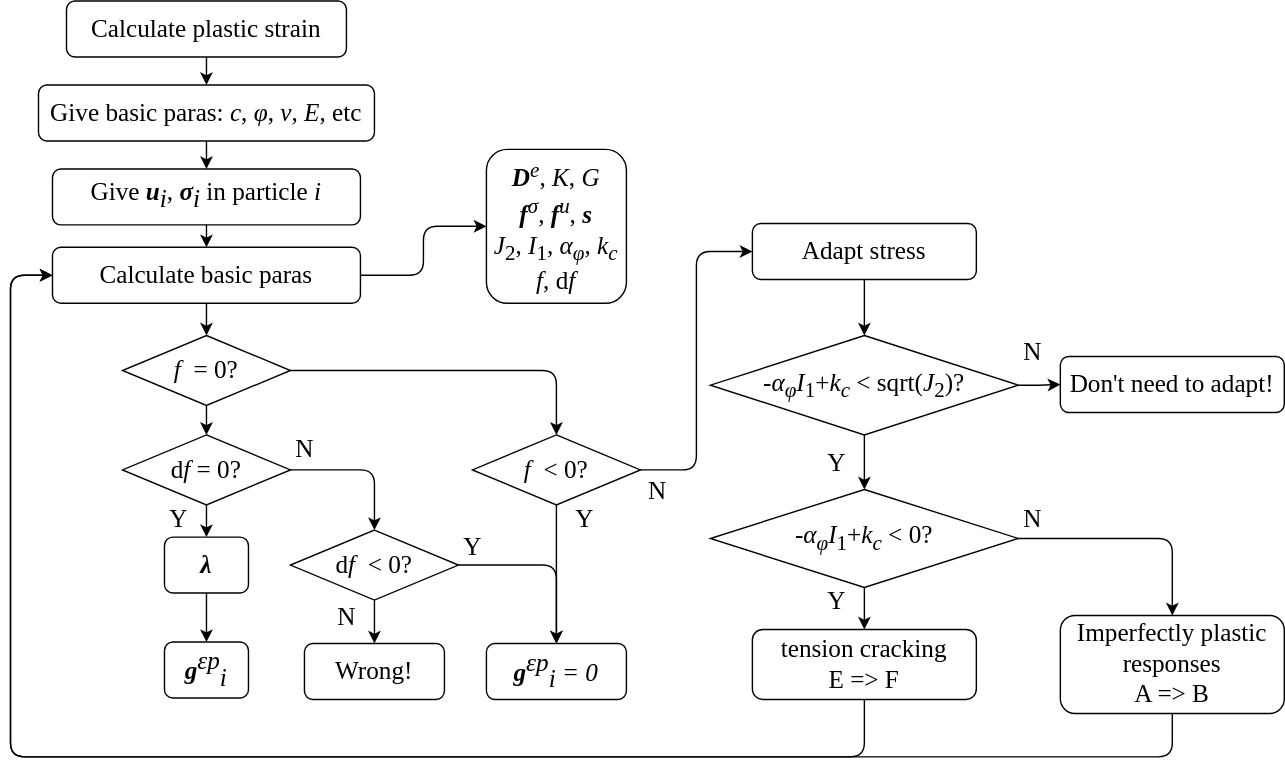
Above: temp/flowchart_item_strain.svg in Rabmelon/tiSPHi (draw.io), before the change. Source tidied: cells renumbered, new cells last; positions are measured from the earlier drawing's top-left corner, leaving out a move shared by most shapes. Source of this version:
```xml
<mxGraphModel>
  <root>
    <mxCell id="0" />
    <mxCell id="1" parent="0" />
    <mxCell id="2" style="edgeStyle=orthogonalEdgeStyle;html=1;exitX=0.5;exitY=1;exitDx=0;exitDy=0;entryX=0.5;entryY=0;entryDx=0;entryDy=0;fontFamily=Times New Roman;fontSize=18;" parent="1" edge="1" source="3" target="7">
      <mxGeometry relative="1" as="geometry" />
    </mxCell>
    <mxCell id="3" value="Calculate plastic strain" style="rounded=1;whiteSpace=wrap;html=1;fontStyle=0;fontFamily=Times New Roman;fontSize=18;" parent="1" vertex="1">
      <mxGeometry x="40" width="200" height="40" as="geometry" />
    </mxCell>
    <mxCell id="4" style="edgeStyle=orthogonalEdgeStyle;html=1;exitX=0.5;exitY=1;exitDx=0;exitDy=0;entryX=0.5;entryY=0;entryDx=0;entryDy=0;fontFamily=Times New Roman;fontSize=18;" parent="1" edge="1" source="5" target="10">
      <mxGeometry relative="1" as="geometry" />
    </mxCell>
    <mxCell id="5" value="&lt;font style=&quot;font-size: 18px&quot;&gt;Give&amp;nbsp;&lt;b&gt;&lt;i&gt;u&lt;/i&gt;&lt;/b&gt;&lt;i style=&quot;font-size: 18px&quot;&gt;&lt;sub style=&quot;font-size: 18px&quot;&gt;i&lt;/sub&gt;&lt;/i&gt;, &lt;i style=&quot;font-size: 18px&quot;&gt;&lt;b style=&quot;font-size: 18px&quot;&gt;σ&lt;/b&gt;&lt;sub style=&quot;font-size: 18px&quot;&gt;i&lt;/sub&gt;&lt;/i&gt;&amp;nbsp;in particle &lt;i style=&quot;font-size: 18px&quot;&gt;i&lt;/i&gt;&lt;/font&gt;" style="rounded=1;whiteSpace=wrap;html=1;fontStyle=0;fontFamily=Times New Roman;fontSize=18;" parent="1" vertex="1">
      <mxGeometry x="30" y="120" width="220" height="40" as="geometry" />
    </mxCell>
    <mxCell id="6" style="edgeStyle=orthogonalEdgeStyle;html=1;exitX=0.5;exitY=1;exitDx=0;exitDy=0;entryX=0.5;entryY=0;entryDx=0;entryDy=0;fontFamily=Times New Roman;fontSize=18;" parent="1" edge="1" source="7" target="5">
      <mxGeometry relative="1" as="geometry" />
    </mxCell>
    <mxCell id="7" value="&lt;font style=&quot;font-size: 18px&quot;&gt;Give basic paras: &lt;i&gt;c&lt;/i&gt;, &lt;i&gt;φ&lt;/i&gt;, &lt;i&gt;ν&lt;/i&gt;, &lt;i&gt;E&lt;/i&gt;, etc&lt;/font&gt;" style="rounded=1;whiteSpace=wrap;html=1;fontStyle=0;fontFamily=Times New Roman;fontSize=18;" parent="1" vertex="1">
      <mxGeometry x="20" y="60" width="240" height="40" as="geometry" />
    </mxCell>
    <mxCell id="8" style="edgeStyle=orthogonalEdgeStyle;html=1;exitX=0.5;exitY=1;exitDx=0;exitDy=0;entryX=0.5;entryY=0;entryDx=0;entryDy=0;fontFamily=Times New Roman;fontSize=18;" parent="1" edge="1" source="10" target="14">
      <mxGeometry relative="1" as="geometry" />
    </mxCell>
    <mxCell id="9" style="edgeStyle=orthogonalEdgeStyle;html=1;exitX=1;exitY=0.5;exitDx=0;exitDy=0;entryX=0;entryY=0.5;entryDx=0;entryDy=0;fontFamily=Times New Roman;fontSize=18;" parent="1" edge="1" source="10" target="11">
      <mxGeometry relative="1" as="geometry" />
    </mxCell>
    <mxCell id="10" value="Calculate basic paras" style="rounded=1;whiteSpace=wrap;html=1;fontStyle=0;fontFamily=Times New Roman;fontSize=18;" parent="1" vertex="1">
      <mxGeometry x="30" y="176" width="220" height="40" as="geometry" />
    </mxCell>
    <mxCell id="11" value="&lt;i&gt;&lt;b&gt;D&lt;/b&gt;&lt;sup&gt;e&lt;/sup&gt;&lt;/i&gt;, &lt;i&gt;K&lt;/i&gt;, &lt;i&gt;G&lt;br&gt;&lt;/i&gt;&lt;i style=&quot;font-weight: bold&quot;&gt;f&lt;/i&gt;&lt;i&gt;&lt;sup&gt;σ&lt;/sup&gt;&lt;/i&gt;,&amp;nbsp;&lt;i style=&quot;font-weight: bold&quot;&gt;f&lt;/i&gt;&lt;sup style=&quot;font-style: italic&quot;&gt;u&lt;/sup&gt;,&amp;nbsp;&lt;i style=&quot;font-weight: bold&quot;&gt;s&lt;/i&gt;&lt;sup style=&quot;font-style: italic&quot;&gt;&lt;br&gt;&lt;/sup&gt;&lt;i&gt;J&lt;/i&gt;&lt;sub&gt;2&lt;/sub&gt;, &lt;i&gt;I&lt;/i&gt;&lt;sub&gt;1&lt;/sub&gt;, &lt;i&gt;α&lt;sub&gt;φ&lt;/sub&gt;&lt;/i&gt;, &lt;i&gt;k&lt;sub&gt;c&lt;/sub&gt;&lt;/i&gt;&lt;br&gt;&lt;i&gt;f&lt;/i&gt;, d&lt;i&gt;f&lt;/i&gt;" style="whiteSpace=wrap;html=1;rounded=1;fontStyle=0;fontFamily=Times New Roman;fontSize=18;" parent="1" vertex="1">
      <mxGeometry x="340" y="106" width="100" height="110" as="geometry" />
    </mxCell>
    <mxCell id="12" style="edgeStyle=orthogonalEdgeStyle;html=1;exitX=1;exitY=0.5;exitDx=0;exitDy=0;entryX=0.5;entryY=0;entryDx=0;entryDy=0;fontFamily=Times New Roman;fontSize=18;" parent="1" edge="1" source="14" target="20">
      <mxGeometry relative="1" as="geometry" />
    </mxCell>
    <mxCell id="13" style="edgeStyle=orthogonalEdgeStyle;html=1;exitX=0.5;exitY=1;exitDx=0;exitDy=0;entryX=0.5;entryY=0;entryDx=0;entryDy=0;fontFamily=Times New Roman;fontSize=18;" parent="1" edge="1" source="14" target="17">
      <mxGeometry relative="1" as="geometry" />
    </mxCell>
    <mxCell id="14" value="&lt;font face=&quot;times new roman&quot;&gt;&lt;i&gt;f&lt;/i&gt;&amp;nbsp; = 0?&lt;/font&gt;" style="rhombus;whiteSpace=wrap;html=1;fontFamily=Times New Roman;fontSize=18;" parent="1" vertex="1">
      <mxGeometry x="80" y="239" width="120" height="50" as="geometry" />
    </mxCell>
    <mxCell id="15" value="Y" style="edgeStyle=orthogonalEdgeStyle;html=1;exitX=0.5;exitY=1;exitDx=0;exitDy=0;entryX=0.5;entryY=0;entryDx=0;entryDy=0;fontFamily=Times New Roman;fontSize=18;" parent="1" edge="1" source="17" target="22">
      <mxGeometry x="-0.13" y="-20" relative="1" as="geometry" />
    </mxCell>
    <mxCell id="16" value="N" style="edgeStyle=orthogonalEdgeStyle;html=1;exitX=1;exitY=0.5;exitDx=0;exitDy=0;fontFamily=Times New Roman;fontSize=18;" parent="1" edge="1" source="17" target="27">
      <mxGeometry x="-0.81" y="15" relative="1" as="geometry" />
    </mxCell>
    <mxCell id="17" value="d&lt;i&gt;f&lt;/i&gt; = 0?" style="rhombus;whiteSpace=wrap;html=1;fontFamily=Times New Roman;fontSize=18;" parent="1" vertex="1">
      <mxGeometry x="80" y="310" width="120" height="50" as="geometry" />
    </mxCell>
    <mxCell id="18" value="Y" style="edgeStyle=orthogonalEdgeStyle;html=1;exitX=0.5;exitY=1;exitDx=0;exitDy=0;entryX=0.5;entryY=0;entryDx=0;entryDy=0;fontFamily=Times New Roman;fontSize=18;" parent="1" edge="1" source="20" target="24">
      <mxGeometry x="-0.8" y="20" relative="1" as="geometry" />
    </mxCell>
    <mxCell id="19" value="N" style="edgeStyle=orthogonalEdgeStyle;html=1;exitX=1;exitY=0.5;exitDx=0;exitDy=0;entryX=0;entryY=0.5;entryDx=0;entryDy=0;fontFamily=Times New Roman;fontSize=18;" parent="1" edge="1" source="20" target="29">
      <mxGeometry x="-0.9" y="-15" relative="1" as="geometry" />
    </mxCell>
    <mxCell id="20" value="&lt;font face=&quot;times new roman&quot;&gt;&lt;i&gt;f&lt;/i&gt;&amp;nbsp; &amp;lt; 0?&lt;/font&gt;" style="rhombus;whiteSpace=wrap;html=1;fontFamily=Times New Roman;fontSize=18;" parent="1" vertex="1">
      <mxGeometry x="330" y="310" width="120" height="50" as="geometry" />
    </mxCell>
    <mxCell id="21" style="edgeStyle=orthogonalEdgeStyle;html=1;exitX=0.5;exitY=1;exitDx=0;exitDy=0;entryX=0.5;entryY=0;entryDx=0;entryDy=0;fontFamily=Times New Roman;fontSize=18;" parent="1" edge="1" source="22" target="23">
      <mxGeometry relative="1" as="geometry" />
    </mxCell>
    <mxCell id="22" value="&lt;b&gt;&lt;i&gt;λ&lt;/i&gt;&lt;/b&gt;" style="whiteSpace=wrap;html=1;rounded=1;fontStyle=0;fontFamily=Times New Roman;fontSize=18;" parent="1" vertex="1">
      <mxGeometry x="110" y="383" width="60" height="40" as="geometry" />
    </mxCell>
    <mxCell id="23" value="&lt;font style=&quot;font-size: 18px&quot;&gt;&lt;i style=&quot;font-size: 18px;&quot;&gt;&lt;b style=&quot;font-size: 18px;&quot;&gt;g&lt;/b&gt;&lt;sup style=&quot;font-size: 18px;&quot;&gt;εp&lt;/sup&gt;&lt;sub style=&quot;font-size: 18px;&quot;&gt;i&lt;/sub&gt;&lt;/i&gt;&lt;/font&gt;" style="whiteSpace=wrap;html=1;rounded=1;fontStyle=0;fontFamily=Times New Roman;fontSize=18;" parent="1" vertex="1">
      <mxGeometry x="110" y="458" width="60" height="40" as="geometry" />
    </mxCell>
    <mxCell id="24" value="&lt;font style=&quot;font-size: 18px&quot;&gt;&lt;i style=&quot;font-size: 18px&quot;&gt;&lt;b style=&quot;font-size: 18px&quot;&gt;g&lt;/b&gt;&lt;sup style=&quot;font-size: 18px&quot;&gt;εp&lt;/sup&gt;&lt;sub style=&quot;font-size: 18px&quot;&gt;i &lt;/sub&gt;&lt;span style=&quot;font-size: 18px&quot;&gt;= 0&lt;/span&gt;&lt;/i&gt;&lt;/font&gt;" style="whiteSpace=wrap;html=1;rounded=1;fontStyle=0;fontFamily=Times New Roman;fontSize=18;" parent="1" vertex="1">
      <mxGeometry x="340" y="459" width="100" height="40" as="geometry" />
    </mxCell>
    <mxCell id="25" value="Y" style="edgeStyle=orthogonalEdgeStyle;html=1;exitX=1;exitY=0.5;exitDx=0;exitDy=0;entryX=0.5;entryY=0;entryDx=0;entryDy=0;fontFamily=Times New Roman;fontSize=18;" parent="1" edge="1" source="27" target="24">
      <mxGeometry x="-0.84" y="13" relative="1" as="geometry" />
    </mxCell>
    <mxCell id="26" value="N" style="edgeStyle=orthogonalEdgeStyle;html=1;exitX=0.5;exitY=1;exitDx=0;exitDy=0;entryX=0.5;entryY=0;entryDx=0;entryDy=0;fontFamily=Times New Roman;fontSize=18;" parent="1" edge="1" source="27" target="30">
      <mxGeometry x="-0.23" y="-20" relative="1" as="geometry" />
    </mxCell>
    <mxCell id="27" value="&lt;font face=&quot;times new roman&quot;&gt;d&lt;i&gt;f&lt;/i&gt;&amp;nbsp; &amp;lt; 0?&lt;/font&gt;" style="rhombus;whiteSpace=wrap;html=1;fontFamily=Times New Roman;fontSize=18;" parent="1" vertex="1">
      <mxGeometry x="200" y="378" width="120" height="50" as="geometry" />
    </mxCell>
    <mxCell id="28" style="edgeStyle=orthogonalEdgeStyle;html=1;exitX=0.5;exitY=1;exitDx=0;exitDy=0;entryX=0.5;entryY=0;entryDx=0;entryDy=0;fontFamily=Times New Roman;fontSize=18;" parent="1" edge="1" source="29" target="33">
      <mxGeometry relative="1" as="geometry" />
    </mxCell>
    <mxCell id="29" value="Adapt stress" style="whiteSpace=wrap;html=1;rounded=1;fontStyle=0;fontFamily=Times New Roman;fontSize=18;" parent="1" vertex="1">
      <mxGeometry x="530" y="159" width="160" height="40" as="geometry" />
    </mxCell>
    <mxCell id="30" value="Wrong!" style="whiteSpace=wrap;html=1;rounded=1;fontStyle=0;fontFamily=Times New Roman;fontSize=18;" parent="1" vertex="1">
      <mxGeometry x="210" y="459" width="100" height="40" as="geometry" />
    </mxCell>
    <mxCell id="31" value="Y" style="edgeStyle=orthogonalEdgeStyle;html=1;exitX=0.5;exitY=1;exitDx=0;exitDy=0;entryX=0.5;entryY=0;entryDx=0;entryDy=0;fontFamily=Times New Roman;fontSize=18;" parent="1" edge="1" source="33" target="36">
      <mxGeometry y="-20" relative="1" as="geometry" />
    </mxCell>
    <mxCell id="32" value="N" style="edgeStyle=orthogonalEdgeStyle;html=1;exitX=1;exitY=0.5;exitDx=0;exitDy=0;entryX=0;entryY=0.5;entryDx=0;entryDy=0;fontFamily=Times New Roman;fontSize=18;" parent="1" edge="1" source="33" target="37">
      <mxGeometry x="-0.34" y="25" relative="1" as="geometry">
        <mxPoint y="1" as="offset" />
      </mxGeometry>
    </mxCell>
    <mxCell id="33" value="&lt;font face=&quot;times new roman&quot;&gt;-&lt;i&gt;α&lt;/i&gt;&lt;sub style=&quot;font-style: italic&quot;&gt;φ&lt;/sub&gt;&lt;i&gt;I&lt;/i&gt;&lt;sub&gt;1&lt;/sub&gt;+&lt;i&gt;k&lt;/i&gt;&lt;sub style=&quot;font-style: italic&quot;&gt;c&lt;/sub&gt; &amp;lt; sqrt(&lt;i&gt;J&lt;/i&gt;&lt;sub&gt;2&lt;/sub&gt;)?&lt;/font&gt;" style="rhombus;whiteSpace=wrap;html=1;fontFamily=Times New Roman;fontSize=18;" parent="1" vertex="1">
      <mxGeometry x="500" y="239" width="220" height="71" as="geometry" />
    </mxCell>
    <mxCell id="34" value="N" style="edgeStyle=orthogonalEdgeStyle;html=1;exitX=1;exitY=0.5;exitDx=0;exitDy=0;entryX=0.5;entryY=0;entryDx=0;entryDy=0;fontFamily=Times New Roman;fontSize=18;" parent="1" edge="1" source="36" target="41">
      <mxGeometry x="-0.88" y="14" relative="1" as="geometry" />
    </mxCell>
    <mxCell id="35" value="Y" style="edgeStyle=orthogonalEdgeStyle;html=1;exitX=0.5;exitY=1;exitDx=0;exitDy=0;entryX=0.5;entryY=0;entryDx=0;entryDy=0;fontFamily=Times New Roman;fontSize=18;" parent="1" edge="1" source="36" target="39">
      <mxGeometry x="-0.33" y="-20" relative="1" as="geometry" />
    </mxCell>
    <mxCell id="36" value="&lt;font face=&quot;times new roman&quot;&gt;-&lt;i&gt;α&lt;/i&gt;&lt;sub style=&quot;font-style: italic&quot;&gt;φ&lt;/sub&gt;&lt;i&gt;I&lt;/i&gt;&lt;sub&gt;1&lt;/sub&gt;+&lt;i&gt;k&lt;/i&gt;&lt;sub style=&quot;font-style: italic&quot;&gt;c&lt;/sub&gt; &amp;lt; 0?&lt;/font&gt;" style="rhombus;whiteSpace=wrap;html=1;fontFamily=Times New Roman;fontSize=18;" parent="1" vertex="1">
      <mxGeometry x="500" y="349" width="220" height="70" as="geometry" />
    </mxCell>
    <mxCell id="37" value="Don't need to adapt!" style="whiteSpace=wrap;html=1;rounded=1;fontStyle=0;fontFamily=Times New Roman;fontSize=18;" parent="1" vertex="1">
      <mxGeometry x="750" y="254" width="160" height="40" as="geometry" />
    </mxCell>
    <mxCell id="38" style="edgeStyle=orthogonalEdgeStyle;html=1;exitX=0.5;exitY=1;exitDx=0;exitDy=0;entryX=0;entryY=0.5;entryDx=0;entryDy=0;fontFamily=Times New Roman;fontSize=18;" parent="1" edge="1" source="39" target="10">
      <mxGeometry relative="1" as="geometry">
        <Array as="points">
          <mxPoint x="610" y="540" />
          <mxPoint y="540" />
          <mxPoint y="196" />
        </Array>
      </mxGeometry>
    </mxCell>
    <mxCell id="39" value="tension cracking&lt;br&gt;E =&amp;gt; F" style="whiteSpace=wrap;html=1;rounded=1;fontStyle=0;fontFamily=Times New Roman;fontSize=18;" parent="1" vertex="1">
      <mxGeometry x="530" y="449" width="160" height="50" as="geometry" />
    </mxCell>
    <mxCell id="40" style="edgeStyle=orthogonalEdgeStyle;html=1;exitX=0.5;exitY=1;exitDx=0;exitDy=0;entryX=0;entryY=0.5;entryDx=0;entryDy=0;fontFamily=Times New Roman;fontSize=18;" parent="1" edge="1" source="41" target="10">
      <mxGeometry relative="1" as="geometry">
        <Array as="points">
          <mxPoint x="830" y="540" />
          <mxPoint y="540" />
          <mxPoint y="196" />
        </Array>
      </mxGeometry>
    </mxCell>
    <mxCell id="41" value="Imperfectly plastic responses&lt;br&gt;A =&amp;gt; B" style="whiteSpace=wrap;html=1;rounded=1;fontStyle=0;fontFamily=Times New Roman;fontSize=18;" parent="1" vertex="1">
      <mxGeometry x="750" y="439" width="160" height="70" as="geometry" />
    </mxCell>
  </root>
</mxGraphModel>
```
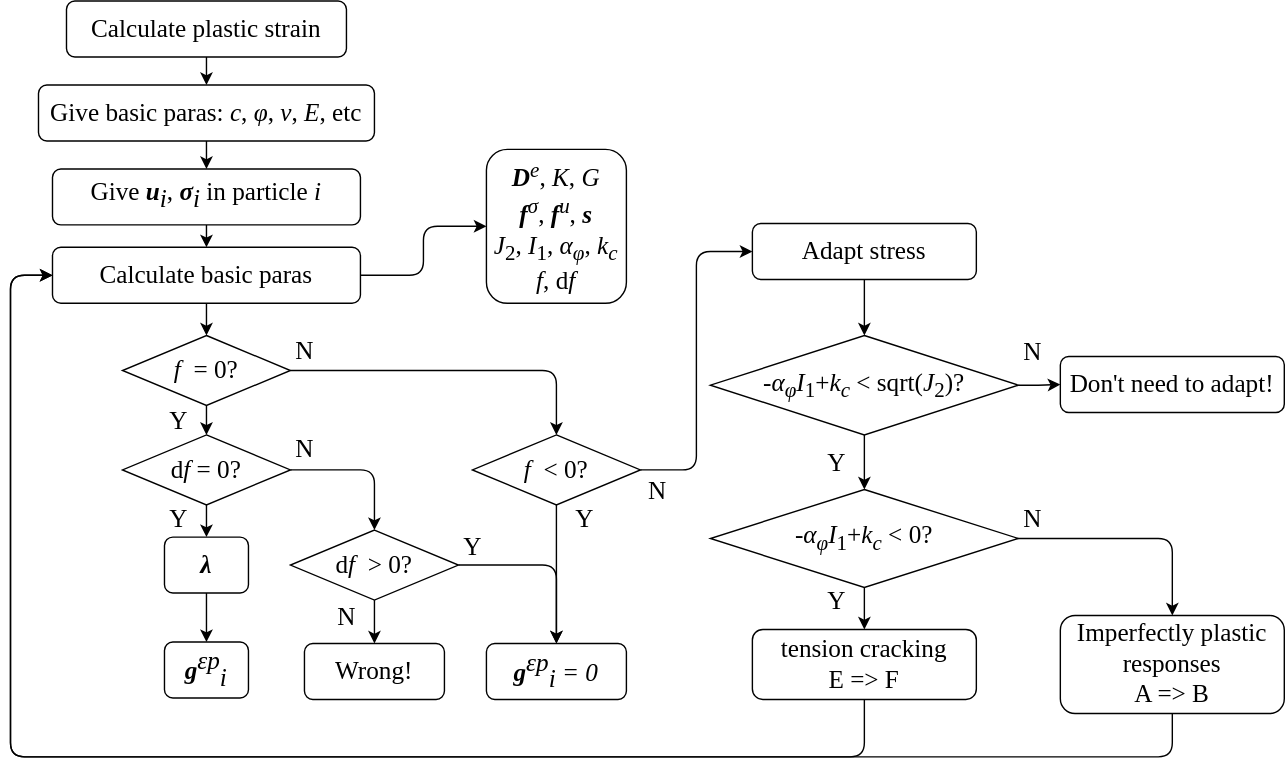
After the change.

Change to the diagram source:
```diff
@@ -32,11 +32,11 @@
     <mxCell id="11" value="&lt;i&gt;&lt;b&gt;D&lt;/b&gt;&lt;sup&gt;e&lt;/sup&gt;&lt;/i&gt;, &lt;i&gt;K&lt;/i&gt;, &lt;i&gt;G&lt;br&gt;&lt;/i&gt;&lt;i style=&quot;font-weight: bold&quot;&gt;f&lt;/i&gt;&lt;i&gt;&lt;sup&gt;σ&lt;/sup&gt;&lt;/i&gt;,&amp;nbsp;&lt;i style=&quot;font-weight: bold&quot;&gt;f&lt;/i&gt;&lt;sup style=&quot;font-style: italic&quot;&gt;u&lt;/sup&gt;,&amp;nbsp;&lt;i style=&quot;font-weight: bold&quot;&gt;s&lt;/i&gt;&lt;sup style=&quot;font-style: italic&quot;&gt;&lt;br&gt;&lt;/sup&gt;&lt;i&gt;J&lt;/i&gt;&lt;sub&gt;2&lt;/sub&gt;, &lt;i&gt;I&lt;/i&gt;&lt;sub&gt;1&lt;/sub&gt;, &lt;i&gt;α&lt;sub&gt;φ&lt;/sub&gt;&lt;/i&gt;, &lt;i&gt;k&lt;sub&gt;c&lt;/sub&gt;&lt;/i&gt;&lt;br&gt;&lt;i&gt;f&lt;/i&gt;, d&lt;i&gt;f&lt;/i&gt;" style="whiteSpace=wrap;html=1;rounded=1;fontStyle=0;fontFamily=Times New Roman;fontSize=18;" parent="1" vertex="1">
       <mxGeometry x="340" y="106" width="100" height="110" as="geometry" />
     </mxCell>
-    <mxCell id="12" style="edgeStyle=orthogonalEdgeStyle;html=1;exitX=1;exitY=0.5;exitDx=0;exitDy=0;entryX=0.5;entryY=0;entryDx=0;entryDy=0;fontFamily=Times New Roman;fontSize=18;" parent="1" edge="1" source="14" target="20">
-      <mxGeometry relative="1" as="geometry" />
+    <mxCell id="12" value="N" style="edgeStyle=orthogonalEdgeStyle;html=1;exitX=1;exitY=0.5;exitDx=0;exitDy=0;entryX=0.5;entryY=0;entryDx=0;entryDy=0;fontFamily=Times New Roman;fontSize=18;" parent="1" edge="1" source="14" target="20">
+      <mxGeometry x="-0.92" y="14" relative="1" as="geometry" />
     </mxCell>
-    <mxCell id="13" style="edgeStyle=orthogonalEdgeStyle;html=1;exitX=0.5;exitY=1;exitDx=0;exitDy=0;entryX=0.5;entryY=0;entryDx=0;entryDy=0;fontFamily=Times New Roman;fontSize=18;" parent="1" edge="1" source="14" target="17">
-      <mxGeometry relative="1" as="geometry" />
+    <mxCell id="13" value="Y" style="edgeStyle=orthogonalEdgeStyle;html=1;exitX=0.5;exitY=1;exitDx=0;exitDy=0;entryX=0.5;entryY=0;entryDx=0;entryDy=0;fontFamily=Times New Roman;fontSize=18;" parent="1" edge="1" source="14" target="17">
+      <mxGeometry x="0.05" y="-20" relative="1" as="geometry" />
     </mxCell>
     <mxCell id="14" value="&lt;font face=&quot;times new roman&quot;&gt;&lt;i&gt;f&lt;/i&gt;&amp;nbsp; = 0?&lt;/font&gt;" style="rhombus;whiteSpace=wrap;html=1;fontFamily=Times New Roman;fontSize=18;" parent="1" vertex="1">
       <mxGeometry x="80" y="239" width="120" height="50" as="geometry" />
@@ -77,7 +77,7 @@
     <mxCell id="26" value="N" style="edgeStyle=orthogonalEdgeStyle;html=1;exitX=0.5;exitY=1;exitDx=0;exitDy=0;entryX=0.5;entryY=0;entryDx=0;entryDy=0;fontFamily=Times New Roman;fontSize=18;" parent="1" edge="1" source="27" target="30">
       <mxGeometry x="-0.23" y="-20" relative="1" as="geometry" />
     </mxCell>
-    <mxCell id="27" value="&lt;font face=&quot;times new roman&quot;&gt;d&lt;i&gt;f&lt;/i&gt;&amp;nbsp; &amp;lt; 0?&lt;/font&gt;" style="rhombus;whiteSpace=wrap;html=1;fontFamily=Times New Roman;fontSize=18;" parent="1" vertex="1">
+    <mxCell id="27" value="&lt;font face=&quot;times new roman&quot;&gt;d&lt;i&gt;f&lt;/i&gt;&amp;nbsp; &amp;gt; 0?&lt;/font&gt;" style="rhombus;whiteSpace=wrap;html=1;fontFamily=Times New Roman;fontSize=18;" parent="1" vertex="1">
       <mxGeometry x="200" y="378" width="120" height="50" as="geometry" />
     </mxCell>
     <mxCell id="28" style="edgeStyle=orthogonalEdgeStyle;html=1;exitX=0.5;exitY=1;exitDx=0;exitDy=0;entryX=0.5;entryY=0;entryDx=0;entryDy=0;fontFamily=Times New Roman;fontSize=18;" parent="1" edge="1" source="29" target="33">
```
